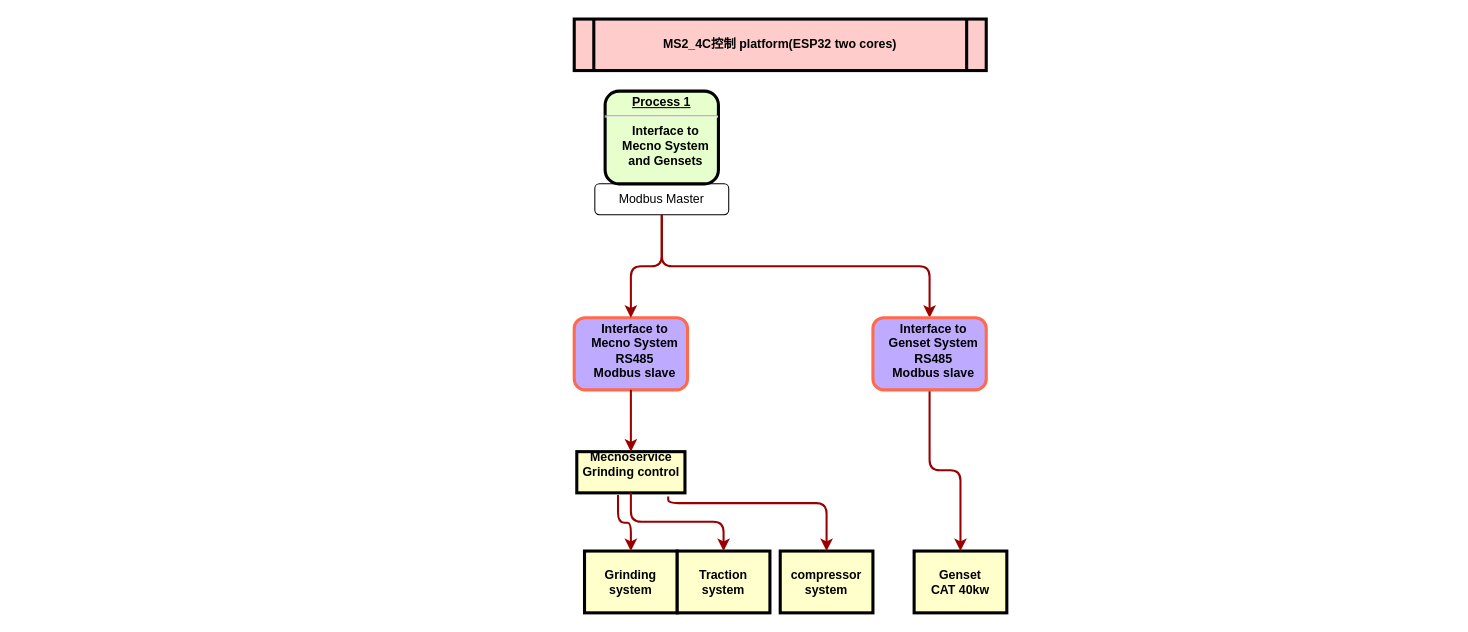
The draw.io diagram MS2_4C_hardware.drawio in kartwu/ESP32-wqj, before the edit. Source tidied: cells renumbered, new cells numbered last; positions are measured from the earlier drawing's top-left corner, leaving out a move shared by most shapes. Both pictures are drawn from the tidied source at 103%, with x=0, y=0 at pixel (574, 19).
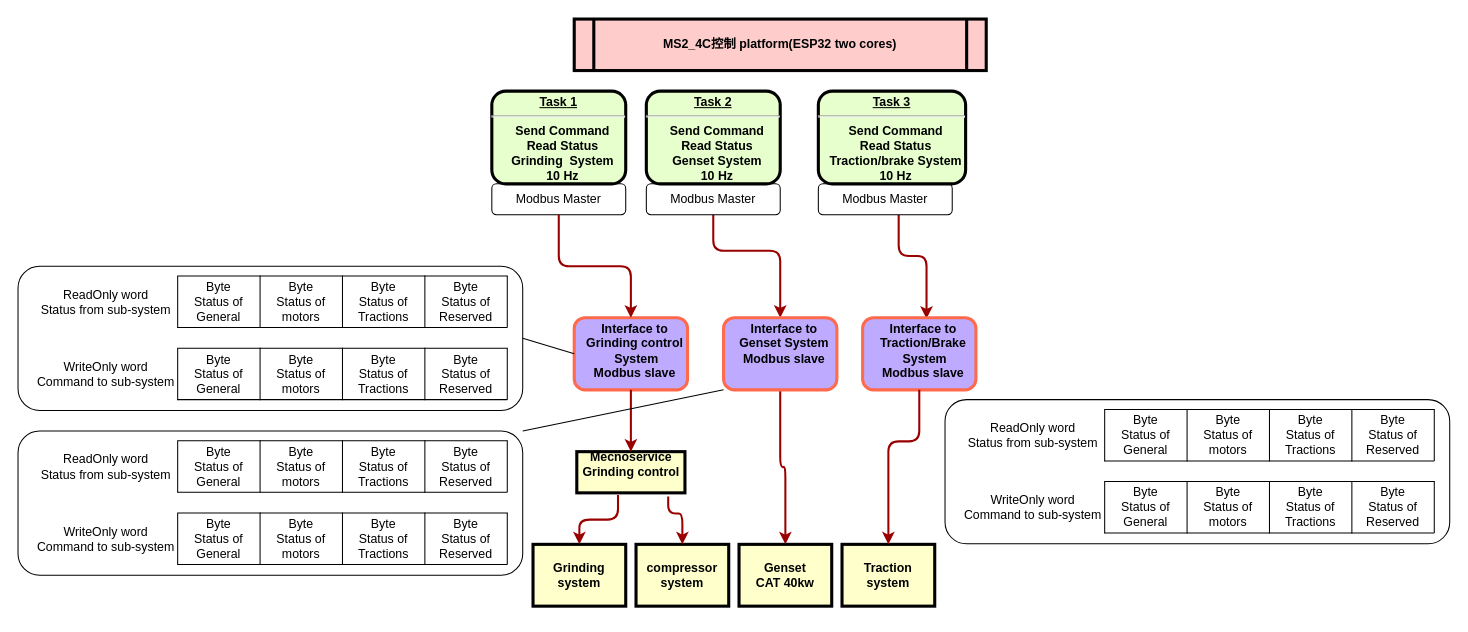
The same page after the edit.

The change refers to these unchanged cells:
```xml
<mxCell id="4" value="Mecnoservice&#10;Grinding control&#10;" style="whiteSpace=wrap;align=center;verticalAlign=middle;fontStyle=1;strokeWidth=3;fillColor=#FFFFCC;" parent="1" vertex="1">
  <mxGeometry x="2.5" y="420" width="105" height="40" as="geometry" />
</mxCell>
```

The edit, as a diff of the source:
```diff
@@
+    <mxCell id="20" style="rounded=1;whiteSpace=wrap;html=1;" parent="1" vertex="1">
+      <mxGeometry x="-540" y="240" width="490" height="140" as="geometry" />
+    </mxCell>
@@
-    <mxCell id="3" value="&lt;p style=&quot;margin: 0px ; margin-top: 4px ; text-align: center ; text-decoration: underline&quot;&gt;&lt;/p&gt;&lt;p style=&quot;margin: 0px ; margin-left: 8px&quot;&gt;&lt;span&gt;Interface to&lt;/span&gt;&lt;br&gt;&lt;/p&gt;&lt;p style=&quot;margin: 0px ; margin-left: 8px&quot;&gt;&lt;span&gt;Mecno&amp;nbsp;&lt;/span&gt;&lt;span&gt;System&lt;/span&gt;&lt;/p&gt;&lt;p style=&quot;margin: 0px ; margin-left: 8px&quot;&gt;RS485&lt;/p&gt;&lt;p style=&quot;margin: 0px ; margin-left: 8px&quot;&gt;Modbus slave&lt;/p&gt;" style="verticalAlign=middle;align=center;overflow=fill;fontSize=12;fontFamily=Helvetica;html=1;rounded=1;fontStyle=1;strokeWidth=3;fillColor=#BEABFF;strokeColor=#FF6A4D;" parent="1" vertex="1">
+    <mxCell id="3" value="&lt;p style=&quot;margin: 0px ; margin-top: 4px ; text-align: center ; text-decoration: underline&quot;&gt;&lt;/p&gt;&lt;p style=&quot;margin: 0px ; margin-left: 8px&quot;&gt;&lt;span&gt;Interface to&lt;/span&gt;&lt;br&gt;&lt;/p&gt;&lt;p style=&quot;margin: 0px ; margin-left: 8px&quot;&gt;&lt;span&gt;Grinding control&lt;/span&gt;&lt;/p&gt;&lt;p style=&quot;margin: 0px ; margin-left: 8px&quot;&gt;&lt;span&gt;&amp;nbsp;&lt;/span&gt;&lt;span&gt;System&lt;/span&gt;&lt;/p&gt;&lt;p style=&quot;margin: 0px ; margin-left: 8px&quot;&gt;Modbus slave&lt;/p&gt;" style="verticalAlign=middle;align=center;overflow=fill;fontSize=12;fontFamily=Helvetica;html=1;rounded=1;fontStyle=1;strokeWidth=3;fillColor=#BEABFF;strokeColor=#FF6A4D;" parent="1" vertex="1">
       <mxGeometry y="290" width="110" height="70" as="geometry" />
     </mxCell>
@@
     <mxCell id="5" value="Genset&#10;CAT 40kw" style="whiteSpace=wrap;align=center;verticalAlign=middle;fontStyle=1;strokeWidth=3;fillColor=#FFFFCC;" parent="1" vertex="1">
-      <mxGeometry x="330" y="516.5" width="90" height="60" as="geometry" />
+      <mxGeometry x="160" y="510" width="90" height="60" as="geometry" />
     </mxCell>
@@
     <mxCell id="7" value="Grinding&#10;system" style="whiteSpace=wrap;align=center;verticalAlign=middle;fontStyle=1;strokeWidth=3;fillColor=#FFFFCC;" parent="1" vertex="1">
-      <mxGeometry x="10" y="516.5" width="90" height="60" as="geometry" />
+      <mxGeometry x="-40" y="510" width="90" height="60" as="geometry" />
     </mxCell>
     <mxCell id="8" value="Traction&#10;system" style="whiteSpace=wrap;align=center;verticalAlign=middle;fontStyle=1;strokeWidth=3;fillColor=#FFFFCC;" parent="1" vertex="1">
-      <mxGeometry x="100" y="516.5" width="90" height="60" as="geometry" />
+      <mxGeometry x="260" y="510" width="90" height="60" as="geometry" />
     </mxCell>
     <mxCell id="9" value="compressor system" style="whiteSpace=wrap;align=center;verticalAlign=middle;fontStyle=1;strokeWidth=3;fillColor=#FFFFCC;" parent="1" vertex="1">
-      <mxGeometry x="200" y="516.5" width="90" height="60" as="geometry" />
+      <mxGeometry x="60" y="510" width="90" height="60" as="geometry" />
     </mxCell>
@@
-    <mxCell id="11" style="edgeStyle=elbowEdgeStyle;elbow=vertical;strokeColor=#990000;strokeWidth=2;exitX=0.5;exitY=1;exitDx=0;exitDy=0;entryX=0.5;entryY=0;entryDx=0;entryDy=0;" parent="1" edge="1" source="4" target="8">
-      <mxGeometry relative="1" as="geometry" />
+    <mxCell id="11" style="edgeStyle=elbowEdgeStyle;elbow=vertical;strokeColor=#990000;strokeWidth=2;exitX=0.5;exitY=1;exitDx=0;exitDy=0;entryX=0.564;entryY=0.014;entryDx=0;entryDy=0;entryPerimeter=0;" parent="1" edge="1" target="35">
+      <mxGeometry relative="1" as="geometry">
+        <mxPoint x="315" y="190" as="sourcePoint" />
+        <Array as="points">
+          <mxPoint x="335" y="230" />
+        </Array>
+      </mxGeometry>
     </mxCell>
     <mxCell id="12" style="edgeStyle=elbowEdgeStyle;elbow=vertical;strokeColor=#990000;strokeWidth=2;exitX=0.845;exitY=1.088;exitDx=0;exitDy=0;exitPerimeter=0;entryX=0.5;entryY=0;entryDx=0;entryDy=0;" parent="1" edge="1" source="4" target="9">
       <mxGeometry relative="1" as="geometry">
         <Array as="points">
-          <mxPoint x="180" y="470" />
+          <mxPoint x="91" y="480" />
           <mxPoint x="240" y="520" />
         </Array>
       </mxGeometry>
     </mxCell>
@@
     <mxCell id="14" value="Modbus Master" style="rounded=1;whiteSpace=wrap;html=1;" parent="1" vertex="1">
-      <mxGeometry x="20" y="160" width="130" height="30" as="geometry" />
+      <mxGeometry x="-80" y="160" width="130" height="30" as="geometry" />
     </mxCell>
@@
-    <mxCell id="16" style="edgeStyle=elbowEdgeStyle;elbow=vertical;strokeColor=#990000;strokeWidth=2;exitX=0.5;exitY=1;exitDx=0;exitDy=0;entryX=0.5;entryY=0;entryDx=0;entryDy=0;" parent="1" edge="1" source="14" target="19">
+    <mxCell id="16" style="edgeStyle=elbowEdgeStyle;elbow=vertical;strokeColor=#990000;strokeWidth=2;exitX=0.5;exitY=0;exitDx=0;exitDy=0;entryX=0.5;entryY=0;entryDx=0;entryDy=0;" parent="1" edge="1" source="37" target="19">
       <mxGeometry relative="1" as="geometry" />
     </mxCell>
-    <mxCell id="17" value="&lt;p style=&quot;margin: 0px ; margin-top: 4px ; text-align: center ; text-decoration: underline&quot;&gt;&lt;strong&gt;&lt;strong&gt;Process&lt;/strong&gt;&amp;nbsp;1&lt;br&gt;&lt;/strong&gt;&lt;/p&gt;&lt;hr&gt;&lt;p style=&quot;margin: 0px ; margin-left: 8px&quot;&gt;&lt;span&gt;Interface to&lt;/span&gt;&lt;br&gt;&lt;/p&gt;&lt;p style=&quot;margin: 0px ; margin-left: 8px&quot;&gt;&lt;span&gt;Mecno&amp;nbsp;&lt;/span&gt;&lt;span&gt;System&lt;/span&gt;&lt;/p&gt;&lt;p style=&quot;margin: 0px ; margin-left: 8px&quot;&gt;and Gensets&lt;/p&gt;" style="verticalAlign=middle;align=center;overflow=fill;fontSize=12;fontFamily=Helvetica;html=1;rounded=1;fontStyle=1;strokeWidth=3;fillColor=#E6FFCC;" parent="1" vertex="1">
-      <mxGeometry x="30" y="70" width="110" height="90" as="geometry" />
+    <mxCell id="17" value="&lt;p style=&quot;margin: 0px ; margin-top: 4px ; text-align: center ; text-decoration: underline&quot;&gt;&lt;strong&gt;&lt;strong&gt;Task&lt;/strong&gt;&amp;nbsp;1&lt;br&gt;&lt;/strong&gt;&lt;/p&gt;&lt;hr&gt;&lt;p style=&quot;margin: 0px ; margin-left: 8px&quot;&gt;Send Command&lt;/p&gt;&lt;p style=&quot;margin: 0px ; margin-left: 8px&quot;&gt;Read Status&lt;/p&gt;&lt;p style=&quot;margin: 0px ; margin-left: 8px&quot;&gt;&lt;span&gt;Grinding&amp;nbsp;&lt;/span&gt;&lt;span&gt;&amp;nbsp;&lt;/span&gt;&lt;span&gt;System&lt;/span&gt;&lt;/p&gt;&lt;p style=&quot;margin: 0px ; margin-left: 8px&quot;&gt;&lt;span&gt;10 Hz&lt;/span&gt;&lt;/p&gt;" style="verticalAlign=middle;align=center;overflow=fill;fontSize=12;fontFamily=Helvetica;html=1;rounded=1;fontStyle=1;strokeWidth=3;fillColor=#E6FFCC;" parent="1" vertex="1">
+      <mxGeometry x="-80" y="70" width="130" height="90" as="geometry" />
     </mxCell>
@@
-    <mxCell id="19" value="&lt;p style=&quot;margin: 0px ; margin-top: 4px ; text-align: center ; text-decoration: underline&quot;&gt;&lt;/p&gt;&lt;p style=&quot;margin: 0px ; margin-left: 8px&quot;&gt;&lt;span&gt;Interface to&lt;/span&gt;&lt;br&gt;&lt;/p&gt;&lt;p style=&quot;margin: 0px ; margin-left: 8px&quot;&gt;&lt;span&gt;Genset&amp;nbsp;&lt;/span&gt;&lt;span&gt;System&lt;/span&gt;&lt;/p&gt;&lt;p style=&quot;margin: 0px ; margin-left: 8px&quot;&gt;RS485&lt;/p&gt;&lt;p style=&quot;margin: 0px ; margin-left: 8px&quot;&gt;Modbus slave&lt;/p&gt;" style="verticalAlign=middle;align=center;overflow=fill;fontSize=12;fontFamily=Helvetica;html=1;rounded=1;fontStyle=1;strokeWidth=3;fillColor=#BEABFF;strokeColor=#FF6A4D;" parent="1" vertex="1">
-      <mxGeometry x="290" y="290" width="110" height="70" as="geometry" />
+    <mxCell id="19" value="&lt;p style=&quot;margin: 0px ; margin-top: 4px ; text-align: center ; text-decoration: underline&quot;&gt;&lt;/p&gt;&lt;p style=&quot;margin: 0px ; margin-left: 8px&quot;&gt;&lt;span&gt;Interface to&lt;/span&gt;&lt;br&gt;&lt;/p&gt;&lt;p style=&quot;margin: 0px ; margin-left: 8px&quot;&gt;&lt;span&gt;Genset&amp;nbsp;&lt;/span&gt;&lt;span&gt;System&lt;/span&gt;&lt;/p&gt;&lt;p style=&quot;margin: 0px ; margin-left: 8px&quot;&gt;&lt;span&gt;Modbus slave&lt;/span&gt;&lt;br&gt;&lt;/p&gt;" style="verticalAlign=middle;align=center;overflow=fill;fontSize=12;fontFamily=Helvetica;html=1;rounded=1;fontStyle=1;strokeWidth=3;fillColor=#BEABFF;strokeColor=#FF6A4D;" parent="1" vertex="1">
+      <mxGeometry x="145" y="290" width="110" height="70" as="geometry" />
     </mxCell>
+    <mxCell id="21" value="Byte&lt;br&gt;Status of motors" style="shape=partialRectangle;whiteSpace=wrap;html=1;bottom=0;right=0;fillColor=none;rotation=0;" parent="1" vertex="1">
+      <mxGeometry x="-305" y="249.5" width="80" height="50" as="geometry" />
+    </mxCell>
+    <mxCell id="22" style="endArrow=none;html=1;entryX=1;entryY=1;entryDx=0;entryDy=0;exitX=1;exitY=0;exitDx=0;exitDy=0;" parent="1" edge="1" source="25" target="25">
+      <mxGeometry relative="1" as="geometry" />
+    </mxCell>
+    <mxCell id="23" value="Byte&lt;br&gt;Status of Tractions" style="shape=partialRectangle;whiteSpace=wrap;html=1;bottom=0;right=0;fillColor=none;rotation=0;" parent="1" vertex="1">
+      <mxGeometry x="-225" y="249.5" width="80" height="50" as="geometry" />
+    </mxCell>
+    <mxCell id="24" value="Byte&lt;br&gt;Status of General" style="shape=partialRectangle;whiteSpace=wrap;html=1;bottom=0;right=0;fillColor=none;rotation=0;" parent="1" vertex="1">
+      <mxGeometry x="-385" y="249.5" width="80" height="50" as="geometry" />
+    </mxCell>
+    <mxCell id="25" value="Byte&lt;br&gt;Status of Reserved" style="shape=partialRectangle;whiteSpace=wrap;html=1;bottom=0;right=0;fillColor=none;rotation=0;" parent="1" vertex="1">
+      <mxGeometry x="-145" y="249.5" width="80" height="50" as="geometry" />
+    </mxCell>
+    <mxCell id="26" style="endArrow=none;html=1;exitX=0;exitY=1;exitDx=0;exitDy=0;entryX=1;entryY=1;entryDx=0;entryDy=0;" parent="1" edge="1" source="24" target="25">
+      <mxGeometry relative="1" as="geometry" />
+    </mxCell>
+    <mxCell id="27" value="ReadOnly word&lt;br&gt;Status from sub-system" style="text;html=1;align=center;verticalAlign=middle;" parent="1" vertex="1">
+      <mxGeometry x="-525" y="259.5" width="140" height="30" as="geometry" />
+    </mxCell>
+    <mxCell id="28" value="Byte&lt;br&gt;Status of motors" style="shape=partialRectangle;whiteSpace=wrap;html=1;bottom=0;right=0;fillColor=none;rotation=0;" parent="1" vertex="1">
+      <mxGeometry x="-305" y="319.5" width="80" height="50" as="geometry" />
+    </mxCell>
+    <mxCell id="29" style="endArrow=none;html=1;entryX=1;entryY=1;entryDx=0;entryDy=0;exitX=1;exitY=0;exitDx=0;exitDy=0;" parent="1" edge="1" source="32" target="32">
+      <mxGeometry relative="1" as="geometry" />
+    </mxCell>
+    <mxCell id="30" value="Byte&lt;br&gt;Status of Tractions" style="shape=partialRectangle;whiteSpace=wrap;html=1;bottom=0;right=0;fillColor=none;rotation=0;" parent="1" vertex="1">
+      <mxGeometry x="-225" y="319.5" width="80" height="50" as="geometry" />
+    </mxCell>
+    <mxCell id="31" value="Byte&lt;br&gt;Status of General" style="shape=partialRectangle;whiteSpace=wrap;html=1;bottom=0;right=0;fillColor=none;rotation=0;" parent="1" vertex="1">
+      <mxGeometry x="-385" y="319.5" width="80" height="50" as="geometry" />
+    </mxCell>
+    <mxCell id="32" value="Byte&lt;br&gt;Status of Reserved" style="shape=partialRectangle;whiteSpace=wrap;html=1;bottom=0;right=0;fillColor=none;rotation=0;" parent="1" vertex="1">
+      <mxGeometry x="-145" y="319.5" width="80" height="50" as="geometry" />
+    </mxCell>
+    <mxCell id="33" style="endArrow=none;html=1;exitX=0;exitY=1;exitDx=0;exitDy=0;entryX=1;entryY=1;entryDx=0;entryDy=0;" parent="1" edge="1" source="31" target="32">
+      <mxGeometry relative="1" as="geometry" />
+    </mxCell>
+    <mxCell id="34" value="WriteOnly word&lt;br&gt;Command to sub-system" style="text;html=1;align=center;verticalAlign=middle;" parent="1" vertex="1">
+      <mxGeometry x="-530" y="329.5" width="150" height="30" as="geometry" />
+    </mxCell>
+    <mxCell id="35" value="&lt;p style=&quot;margin: 0px ; margin-top: 4px ; text-align: center ; text-decoration: underline&quot;&gt;&lt;/p&gt;&lt;p style=&quot;margin: 0px ; margin-left: 8px&quot;&gt;&lt;span&gt;Interface to&lt;/span&gt;&lt;br&gt;&lt;/p&gt;&lt;p style=&quot;margin: 0px ; margin-left: 8px&quot;&gt;&lt;span&gt;Traction/Brake&lt;/span&gt;&lt;/p&gt;&lt;p style=&quot;margin: 0px ; margin-left: 8px&quot;&gt;&lt;span&gt;&amp;nbsp;&lt;/span&gt;&lt;span&gt;System&lt;/span&gt;&lt;/p&gt;&lt;p style=&quot;margin: 0px ; margin-left: 8px&quot;&gt;Modbus slave&lt;/p&gt;" style="verticalAlign=middle;align=center;overflow=fill;fontSize=12;fontFamily=Helvetica;html=1;rounded=1;fontStyle=1;strokeWidth=3;fillColor=#BEABFF;strokeColor=#FF6A4D;" parent="1" vertex="1">
+      <mxGeometry x="280" y="290" width="110" height="70" as="geometry" />
+    </mxCell>
+    <mxCell id="36" style="edgeStyle=elbowEdgeStyle;elbow=vertical;strokeColor=#990000;strokeWidth=2;exitX=0.5;exitY=1;exitDx=0;exitDy=0;entryX=0.5;entryY=0;entryDx=0;entryDy=0;" parent="1" edge="1">
+      <mxGeometry relative="1" as="geometry">
+        <mxPoint x="315" y="160" as="sourcePoint" />
+        <mxPoint x="315" y="160" as="targetPoint" />
+      </mxGeometry>
+    </mxCell>
+    <mxCell id="37" value="Modbus Master" style="rounded=1;whiteSpace=wrap;html=1;" parent="1" vertex="1">
+      <mxGeometry x="70" y="160" width="130" height="30" as="geometry" />
+    </mxCell>
+    <mxCell id="38" value="&lt;p style=&quot;margin: 0px ; margin-top: 4px ; text-align: center ; text-decoration: underline&quot;&gt;&lt;strong&gt;&lt;strong&gt;Task&lt;/strong&gt;&amp;nbsp;2&lt;br&gt;&lt;/strong&gt;&lt;/p&gt;&lt;hr&gt;&lt;p style=&quot;margin: 0px ; margin-left: 8px&quot;&gt;Send Command&lt;/p&gt;&lt;p style=&quot;margin: 0px ; margin-left: 8px&quot;&gt;Read Status&lt;/p&gt;&lt;p style=&quot;margin: 0px ; margin-left: 8px&quot;&gt;&lt;span&gt;Genset&lt;/span&gt;&lt;span&gt;&amp;nbsp;&lt;/span&gt;&lt;span&gt;System&lt;/span&gt;&lt;/p&gt;&lt;p style=&quot;margin: 0px ; margin-left: 8px&quot;&gt;&lt;span&gt;10 Hz&lt;/span&gt;&lt;/p&gt;" style="verticalAlign=middle;align=center;overflow=fill;fontSize=12;fontFamily=Helvetica;html=1;rounded=1;fontStyle=1;strokeWidth=3;fillColor=#E6FFCC;" parent="1" vertex="1">
+      <mxGeometry x="70" y="70" width="130" height="90" as="geometry" />
+    </mxCell>
+    <mxCell id="39" value="Modbus Master" style="rounded=1;whiteSpace=wrap;html=1;" parent="1" vertex="1">
+      <mxGeometry x="237" y="160" width="130" height="30" as="geometry" />
+    </mxCell>
+    <mxCell id="40" value="&lt;p style=&quot;margin: 0px ; margin-top: 4px ; text-align: center ; text-decoration: underline&quot;&gt;&lt;strong&gt;&lt;strong&gt;Task&lt;/strong&gt;&amp;nbsp;3&lt;br&gt;&lt;/strong&gt;&lt;/p&gt;&lt;hr&gt;&lt;p style=&quot;margin: 0px ; margin-left: 8px&quot;&gt;Send Command&lt;/p&gt;&lt;p style=&quot;margin: 0px ; margin-left: 8px&quot;&gt;Read Status&lt;/p&gt;&lt;p style=&quot;margin: 0px ; margin-left: 8px&quot;&gt;&lt;span&gt;Traction/brake&amp;nbsp;&lt;/span&gt;&lt;span&gt;System&lt;/span&gt;&lt;/p&gt;&lt;p style=&quot;margin: 0px ; margin-left: 8px&quot;&gt;&lt;span&gt;10 Hz&lt;/span&gt;&lt;/p&gt;" style="verticalAlign=middle;align=center;overflow=fill;fontSize=12;fontFamily=Helvetica;html=1;rounded=1;fontStyle=1;strokeWidth=3;fillColor=#E6FFCC;" parent="1" vertex="1">
+      <mxGeometry x="237" y="70" width="143" height="90" as="geometry" />
+    </mxCell>
+    <mxCell id="41" style="rounded=1;whiteSpace=wrap;html=1;" parent="1" vertex="1">
+      <mxGeometry x="-540" y="400" width="490" height="140" as="geometry" />
+    </mxCell>
+    <mxCell id="42" value="Byte&lt;br&gt;Status of motors" style="shape=partialRectangle;whiteSpace=wrap;html=1;bottom=0;right=0;fillColor=none;rotation=0;" parent="1" vertex="1">
+      <mxGeometry x="-305" y="409.5" width="80" height="50" as="geometry" />
+    </mxCell>
+    <mxCell id="43" style="endArrow=none;html=1;entryX=1;entryY=1;entryDx=0;entryDy=0;exitX=1;exitY=0;exitDx=0;exitDy=0;" parent="1" edge="1" source="46" target="46">
+      <mxGeometry relative="1" as="geometry" />
+    </mxCell>
+    <mxCell id="44" value="Byte&lt;br&gt;Status of Tractions" style="shape=partialRectangle;whiteSpace=wrap;html=1;bottom=0;right=0;fillColor=none;rotation=0;" parent="1" vertex="1">
+      <mxGeometry x="-225" y="409.5" width="80" height="50" as="geometry" />
+    </mxCell>
+    <mxCell id="45" value="Byte&lt;br&gt;Status of General" style="shape=partialRectangle;whiteSpace=wrap;html=1;bottom=0;right=0;fillColor=none;rotation=0;" parent="1" vertex="1">
+      <mxGeometry x="-385" y="409.5" width="80" height="50" as="geometry" />
+    </mxCell>
+    <mxCell id="46" value="Byte&lt;br&gt;Status of Reserved" style="shape=partialRectangle;whiteSpace=wrap;html=1;bottom=0;right=0;fillColor=none;rotation=0;" parent="1" vertex="1">
+      <mxGeometry x="-145" y="409.5" width="80" height="50" as="geometry" />
+    </mxCell>
+    <mxCell id="47" style="endArrow=none;html=1;exitX=0;exitY=1;exitDx=0;exitDy=0;entryX=1;entryY=1;entryDx=0;entryDy=0;" parent="1" edge="1" source="45" target="46">
+      <mxGeometry relative="1" as="geometry" />
+    </mxCell>
+    <mxCell id="48" value="ReadOnly word&lt;br&gt;Status from sub-system" style="text;html=1;align=center;verticalAlign=middle;" parent="1" vertex="1">
+      <mxGeometry x="-525" y="419.5" width="140" height="30" as="geometry" />
+    </mxCell>
+    <mxCell id="49" value="Byte&lt;br&gt;Status of motors" style="shape=partialRectangle;whiteSpace=wrap;html=1;bottom=0;right=0;fillColor=none;rotation=0;" parent="1" vertex="1">
+      <mxGeometry x="-305" y="479.5" width="80" height="50" as="geometry" />
+    </mxCell>
+    <mxCell id="50" style="endArrow=none;html=1;entryX=1;entryY=1;entryDx=0;entryDy=0;exitX=1;exitY=0;exitDx=0;exitDy=0;" parent="1" edge="1" source="53" target="53">
+      <mxGeometry relative="1" as="geometry" />
+    </mxCell>
+    <mxCell id="51" value="Byte&lt;br&gt;Status of Tractions" style="shape=partialRectangle;whiteSpace=wrap;html=1;bottom=0;right=0;fillColor=none;rotation=0;" parent="1" vertex="1">
+      <mxGeometry x="-225" y="479.5" width="80" height="50" as="geometry" />
+    </mxCell>
+    <mxCell id="52" value="Byte&lt;br&gt;Status of General" style="shape=partialRectangle;whiteSpace=wrap;html=1;bottom=0;right=0;fillColor=none;rotation=0;" parent="1" vertex="1">
+      <mxGeometry x="-385" y="479.5" width="80" height="50" as="geometry" />
+    </mxCell>
+    <mxCell id="53" value="Byte&lt;br&gt;Status of Reserved" style="shape=partialRectangle;whiteSpace=wrap;html=1;bottom=0;right=0;fillColor=none;rotation=0;" parent="1" vertex="1">
+      <mxGeometry x="-145" y="479.5" width="80" height="50" as="geometry" />
+    </mxCell>
+    <mxCell id="54" style="endArrow=none;html=1;exitX=0;exitY=1;exitDx=0;exitDy=0;entryX=1;entryY=1;entryDx=0;entryDy=0;" parent="1" edge="1" source="52" target="53">
+      <mxGeometry relative="1" as="geometry" />
+    </mxCell>
+    <mxCell id="55" value="WriteOnly word&lt;br&gt;Command to sub-system" style="text;html=1;align=center;verticalAlign=middle;" parent="1" vertex="1">
+      <mxGeometry x="-530" y="489.5" width="150" height="30" as="geometry" />
+    </mxCell>
+    <mxCell id="56" style="rounded=1;whiteSpace=wrap;html=1;" parent="1" vertex="1">
+      <mxGeometry x="360" y="369.5" width="490" height="140" as="geometry" />
+    </mxCell>
+    <mxCell id="57" value="Byte&lt;br&gt;Status of motors" style="shape=partialRectangle;whiteSpace=wrap;html=1;bottom=0;right=0;fillColor=none;rotation=0;" parent="1" vertex="1">
+      <mxGeometry x="595" y="379" width="80" height="50" as="geometry" />
+    </mxCell>
+    <mxCell id="58" style="endArrow=none;html=1;entryX=1;entryY=1;entryDx=0;entryDy=0;exitX=1;exitY=0;exitDx=0;exitDy=0;" parent="1" edge="1" source="61" target="61">
+      <mxGeometry relative="1" as="geometry" />
+    </mxCell>
+    <mxCell id="59" value="Byte&lt;br&gt;Status of Tractions" style="shape=partialRectangle;whiteSpace=wrap;html=1;bottom=0;right=0;fillColor=none;rotation=0;" parent="1" vertex="1">
+      <mxGeometry x="675" y="379" width="80" height="50" as="geometry" />
+    </mxCell>
+    <mxCell id="60" value="Byte&lt;br&gt;Status of General" style="shape=partialRectangle;whiteSpace=wrap;html=1;bottom=0;right=0;fillColor=none;rotation=0;" parent="1" vertex="1">
+      <mxGeometry x="515" y="379" width="80" height="50" as="geometry" />
+    </mxCell>
+    <mxCell id="61" value="Byte&lt;br&gt;Status of Reserved" style="shape=partialRectangle;whiteSpace=wrap;html=1;bottom=0;right=0;fillColor=none;rotation=0;" parent="1" vertex="1">
+      <mxGeometry x="755" y="379" width="80" height="50" as="geometry" />
+    </mxCell>
+    <mxCell id="62" style="endArrow=none;html=1;exitX=0;exitY=1;exitDx=0;exitDy=0;entryX=1;entryY=1;entryDx=0;entryDy=0;" parent="1" edge="1" source="60" target="61">
+      <mxGeometry relative="1" as="geometry" />
+    </mxCell>
+    <mxCell id="63" value="ReadOnly word&lt;br&gt;Status from sub-system" style="text;html=1;align=center;verticalAlign=middle;" parent="1" vertex="1">
+      <mxGeometry x="375" y="389" width="140" height="30" as="geometry" />
+    </mxCell>
+    <mxCell id="64" value="Byte&lt;br&gt;Status of motors" style="shape=partialRectangle;whiteSpace=wrap;html=1;bottom=0;right=0;fillColor=none;rotation=0;" parent="1" vertex="1">
+      <mxGeometry x="595" y="449" width="80" height="50" as="geometry" />
+    </mxCell>
+    <mxCell id="65" style="endArrow=none;html=1;entryX=1;entryY=1;entryDx=0;entryDy=0;exitX=1;exitY=0;exitDx=0;exitDy=0;" parent="1" edge="1" source="68" target="68">
+      <mxGeometry relative="1" as="geometry" />
+    </mxCell>
+    <mxCell id="66" value="Byte&lt;br&gt;Status of Tractions" style="shape=partialRectangle;whiteSpace=wrap;html=1;bottom=0;right=0;fillColor=none;rotation=0;" parent="1" vertex="1">
+      <mxGeometry x="675" y="449" width="80" height="50" as="geometry" />
+    </mxCell>
+    <mxCell id="67" value="Byte&lt;br&gt;Status of General" style="shape=partialRectangle;whiteSpace=wrap;html=1;bottom=0;right=0;fillColor=none;rotation=0;" parent="1" vertex="1">
+      <mxGeometry x="515" y="449" width="80" height="50" as="geometry" />
+    </mxCell>
+    <mxCell id="68" value="Byte&lt;br&gt;Status of Reserved" style="shape=partialRectangle;whiteSpace=wrap;html=1;bottom=0;right=0;fillColor=none;rotation=0;" parent="1" vertex="1">
+      <mxGeometry x="755" y="449" width="80" height="50" as="geometry" />
+    </mxCell>
+    <mxCell id="69" style="endArrow=none;html=1;exitX=0;exitY=1;exitDx=0;exitDy=0;entryX=1;entryY=1;entryDx=0;entryDy=0;" parent="1" edge="1" source="67" target="68">
+      <mxGeometry relative="1" as="geometry" />
+    </mxCell>
+    <mxCell id="70" value="WriteOnly word&lt;br&gt;Command to sub-system" style="text;html=1;align=center;verticalAlign=middle;" parent="1" vertex="1">
+      <mxGeometry x="370" y="459" width="150" height="30" as="geometry" />
+    </mxCell>
+    <mxCell id="71" style="endArrow=none;html=1;exitX=1;exitY=0.5;exitDx=0;exitDy=0;entryX=0;entryY=0.5;entryDx=0;entryDy=0;" parent="1" edge="1" source="20" target="3">
+      <mxGeometry relative="1" as="geometry" />
+    </mxCell>
+    <mxCell id="72" style="endArrow=none;html=1;exitX=1;exitY=0;exitDx=0;exitDy=0;entryX=0;entryY=1;entryDx=0;entryDy=0;" parent="1" edge="1" source="41" target="19">
+      <mxGeometry relative="1" as="geometry" />
+    </mxCell>
+    <mxCell id="73" style="edgeStyle=elbowEdgeStyle;elbow=vertical;strokeColor=#990000;strokeWidth=2;exitX=0.5;exitY=1;exitDx=0;exitDy=0;entryX=0.5;entryY=0;entryDx=0;entryDy=0;" parent="1" edge="1" source="35" target="8">
+      <mxGeometry relative="1" as="geometry">
+        <Array as="points">
+          <mxPoint x="320" y="410" />
+        </Array>
+      </mxGeometry>
+    </mxCell>
```
